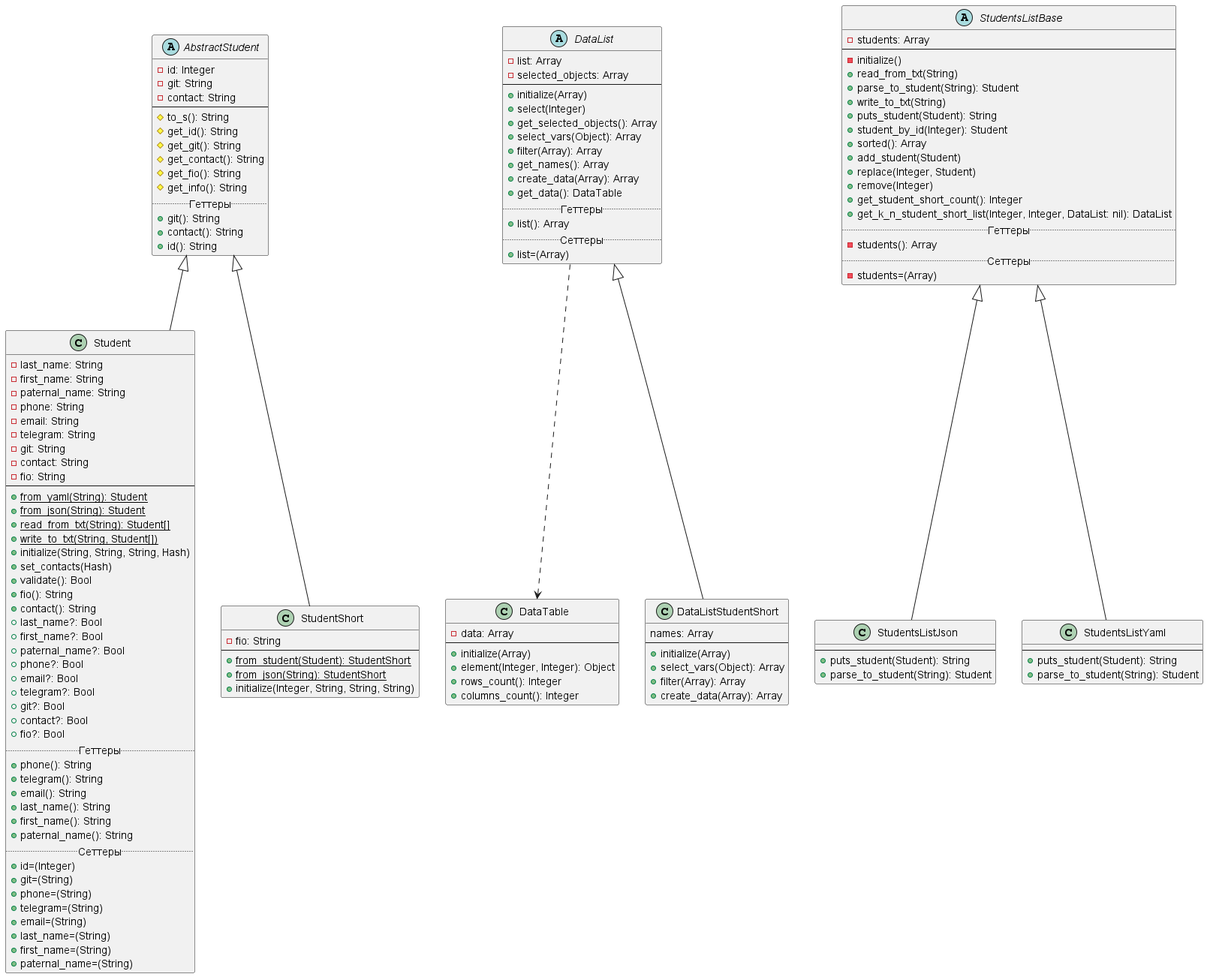
Earlier version of the PlantUML export LAB2/lab2.png (iamgirya/Programm_patterns_Ruby).
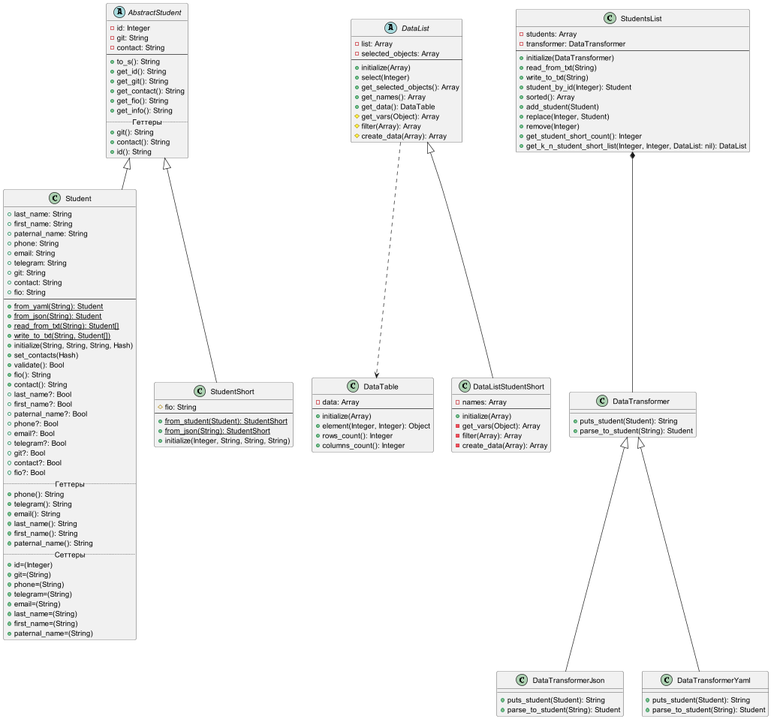
Above is the later version.

What changed in the source:
```diff
@@ -5,27 +5,27 @@
     -git: String
     -contact: String
     --
-    #to_s(): String
-    #get_id(): String
-    #get_git(): String
-    #get_contact(): String
-    #get_fio(): String
-    #get_info(): String
+    +to_s(): String
+    +get_id(): String
+    +get_git(): String
+    +get_contact(): String
+    +get_fio(): String
+    +get_info(): String
     .. Геттеры ..
     +git(): String
     +contact(): String
     +id(): String
 }
 class Student extends AbstractStudent {
-    -last_name: String
-    -first_name: String
-    -paternal_name: String
-    -phone: String
-    -email: String
-    -telegram: String
-    -git: String
-    -contact: String
-    -fio: String
+    +last_name: String
+    +first_name: String
+    +paternal_name: String
+    +phone: String
+    +email: String
+    +telegram: String
+    +git: String
+    +contact: String
+    +fio: String
     --
     +{static}from_yaml(String): Student
     +{static}from_json(String): Student
@@ -63,7 +63,7 @@
     +paternal_name=(String)
 }
 class StudentShort extends AbstractStudent {
-    -fio: String
+    #fio: String
     --
     +{static}from_student(Student): StudentShort
     +{static}from_json(String): StudentShort
@@ -84,33 +84,28 @@
     +initialize(Array)
     +select(Integer)
     +get_selected_objects(): Array
-    +select_vars(Object): Array
-    +filter(Array): Array
     +get_names(): Array
-    +create_data(Array): Array
     +get_data(): DataTable
-    .. Геттеры ..
-    +list(): Array
-    .. Сеттеры ..
-    +list=(Array)
+    #get_vars(Object): Array
+    #filter(Array): Array
+    #create_data(Array): Array
 }
 class DataListStudentShort extends DataList {
-    names: Array
+    -names: Array
     --
     +initialize(Array)
-    +select_vars(Object): Array
-    +filter(Array): Array
-    +create_data(Array): Array
+    -get_vars(Object): Array
+    -filter(Array): Array
+    -create_data(Array): Array
 }
 
-abstract class StudentsListBase {
+class StudentsList {
     -students: Array
+    -transformer: DataTransformer
     --
-    -initialize()
+    +initialize(DataTransformer)
     +read_from_txt(String)
-    +parse_to_student(String): Student
     +write_to_txt(String)
-    +puts_student(Student): String
     +student_by_id(Integer): Student
     +sorted(): Array
     +add_student(Student)
@@ -118,21 +113,21 @@
     +remove(Integer)
     +get_student_short_count(): Integer
     +get_k_n_student_short_list(Integer, Integer, DataList: nil): DataList
-    .. Геттеры ..
-    -students(): Array
-    .. Сеттеры ..
-    -students=(Array)
 }
 
-class StudentsListJson extends StudentsListBase {
-    --
+class DataTransformer {
     +puts_student(Student): String
     +parse_to_student(String): Student
 }
-class StudentsListYaml extends StudentsListBase {
-    --
+
+class DataTransformerJson extends DataTransformer {
+    +puts_student(Student): String
+    +parse_to_student(String): Student
+}
+class DataTransformerYaml extends DataTransformer {
     +puts_student(Student): String
     +parse_to_student(String): Student
 }
 DataList ..> DataTable
+StudentsList *-- DataTransformer
 @enduml
```
